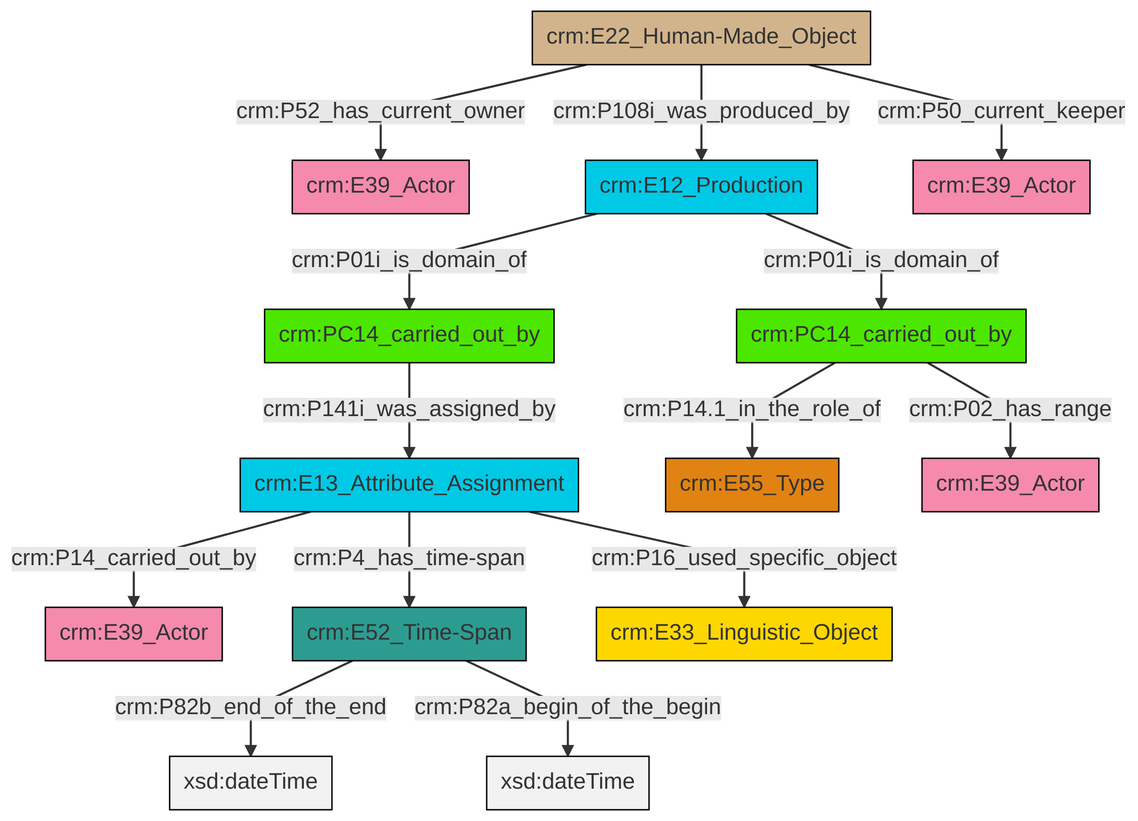
Earlier version of the Mermaid export et/carrierCSV/ttl/mmd/png/carrier_relations.png (swiss-art-research-net/docs.swissartresearch). Its source is kept beside it as et/carrierCSV/ttl/mmd/carrier_relations.ttl.mmd.
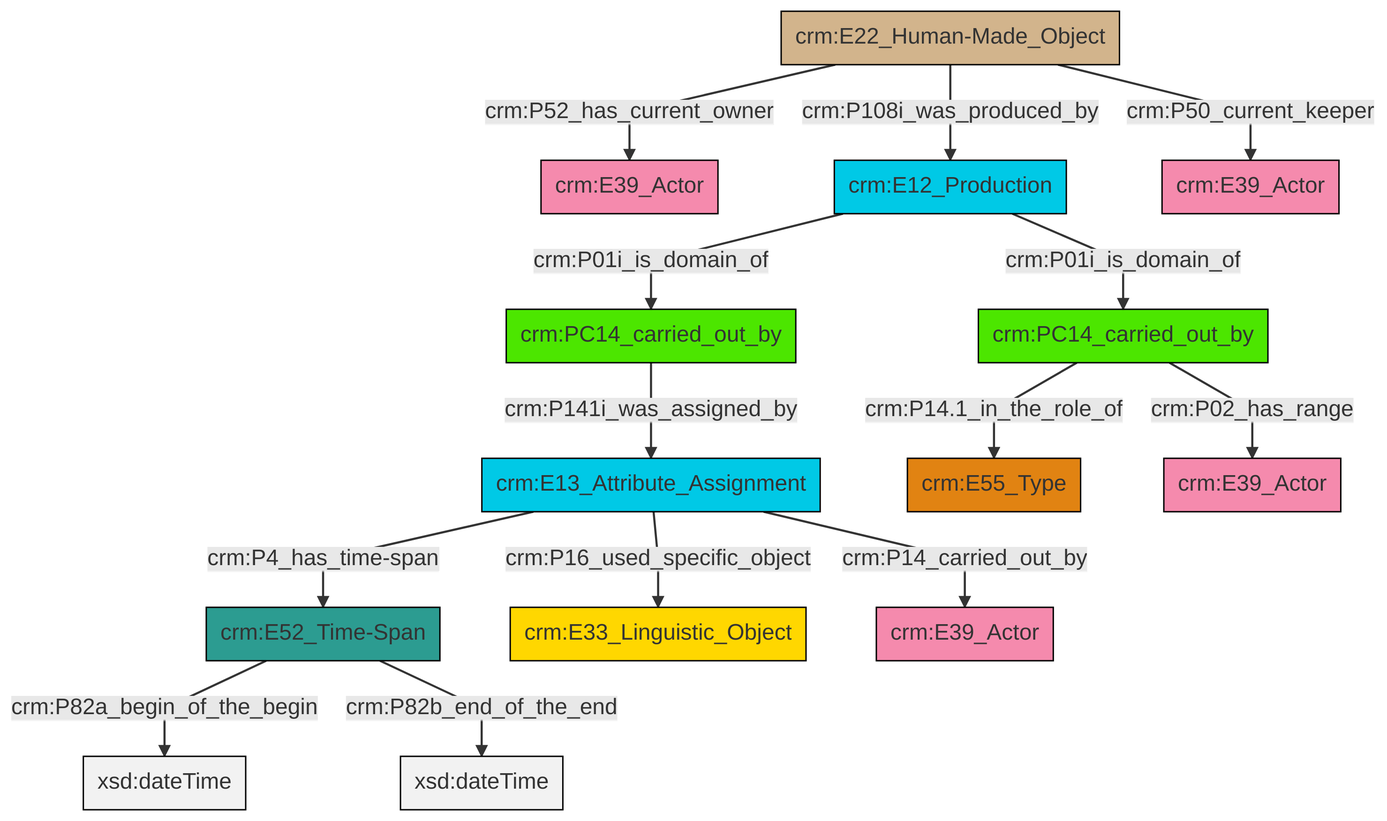
After the commit.

Diff of the diagram source:
```diff
@@ -13,16 +13,16 @@
 classDef PC_Classes fill:#4ce600, stroke:#000000;
 classDef Multi fill:#cccccc,stroke:#000000;
 
-0["crm:PC14_carried_out_by"]:::PC_Classes -->|crm:P141i_was_assigned_by| 1["crm:E13_Attribute_Assignment"]:::Temporal_Entity
-2["crm:E22_Human-Made_Object"]:::Physical_Thing -->|crm:P52_has_current_owner| 3["crm:E39_Actor"]:::Actor
-1["crm:E13_Attribute_Assignment"]:::Temporal_Entity -->|crm:P14_carried_out_by| 4["crm:E39_Actor"]:::Actor
-5["crm:E12_Production"]:::Temporal_Entity -->|crm:P01i_is_domain_of| 6["crm:PC14_carried_out_by"]:::PC_Classes
-2["crm:E22_Human-Made_Object"]:::Physical_Thing -->|crm:P50_current_keeper| 7["crm:E39_Actor"]:::Actor
-1["crm:E13_Attribute_Assignment"]:::Temporal_Entity -->|crm:P16_used_specific_object| 14["crm:E33_Linguistic_Object"]:::Conceptual_Object
-8["crm:E52_Time-Span"]:::Time-Span -->|crm:P82b_end_of_the_end| 15[xsd:dateTime]:::Literal
-2["crm:E22_Human-Made_Object"]:::Physical_Thing -->|crm:P108i_was_produced_by| 5["crm:E12_Production"]:::Temporal_Entity
-6["crm:PC14_carried_out_by"]:::PC_Classes -->|crm:P02_has_range| 17["crm:E39_Actor"]:::Actor
-1["crm:E13_Attribute_Assignment"]:::Temporal_Entity -->|crm:P4_has_time-span| 8["crm:E52_Time-Span"]:::Time-Span
-8["crm:E52_Time-Span"]:::Time-Span -->|crm:P82a_begin_of_the_begin| 23[xsd:dateTime]:::Literal
-6["crm:PC14_carried_out_by"]:::PC_Classes -->|crm:P14.1_in_the_role_of| 12["crm:E55_Type"]:::Type
-5["crm:E12_Production"]:::Temporal_Entity -->|crm:P01i_is_domain_of| 0["crm:PC14_carried_out_by"]:::PC_Classes
+2["crm:E52_Time-Span"]:::Time-Span -->|crm:P82a_begin_of_the_begin| 6[xsd:dateTime]:::Literal
+9["crm:E12_Production"]:::Temporal_Entity -->|crm:P01i_is_domain_of| 11["crm:PC14_carried_out_by"]:::PC_Classes
+14["crm:E22_Human-Made_Object"]:::Physical_Thing -->|crm:P108i_was_produced_by| 9["crm:E12_Production"]:::Temporal_Entity
+15["crm:PC14_carried_out_by"]:::PC_Classes -->|crm:P14.1_in_the_role_of| 16["crm:E55_Type"]:::Type
+12["crm:E13_Attribute_Assignment"]:::Temporal_Entity -->|crm:P16_used_specific_object| 4["crm:E33_Linguistic_Object"]:::Conceptual_Object
+12["crm:E13_Attribute_Assignment"]:::Temporal_Entity -->|crm:P14_carried_out_by| 7["crm:E39_Actor"]:::Actor
+12["crm:E13_Attribute_Assignment"]:::Temporal_Entity -->|crm:P4_has_time-span| 2["crm:E52_Time-Span"]:::Time-Span
+15["crm:PC14_carried_out_by"]:::PC_Classes -->|crm:P02_has_range| 17["crm:E39_Actor"]:::Actor
+2["crm:E52_Time-Span"]:::Time-Span -->|crm:P82b_end_of_the_end| 18[xsd:dateTime]:::Literal
+14["crm:E22_Human-Made_Object"]:::Physical_Thing -->|crm:P52_has_current_owner| 0["crm:E39_Actor"]:::Actor
+11["crm:PC14_carried_out_by"]:::PC_Classes -->|crm:P141i_was_assigned_by| 12["crm:E13_Attribute_Assignment"]:::Temporal_Entity
+14["crm:E22_Human-Made_Object"]:::Physical_Thing -->|crm:P50_current_keeper| 22["crm:E39_Actor"]:::Actor
+9["crm:E12_Production"]:::Temporal_Entity -->|crm:P01i_is_domain_of| 15["crm:PC14_carried_out_by"]:::PC_Classes
```
